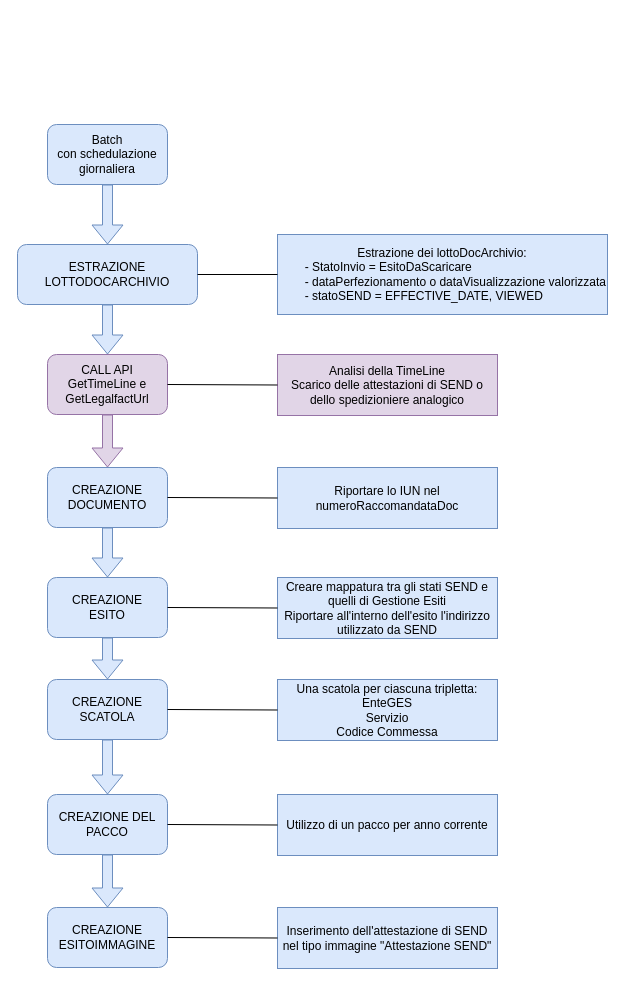
Before: page "Esiti" (4 of 5) of Easy Notification.drawio in marcogarbujoabaco/drawio, a draw.io diagram. Source tidied: cells renumbered, new cells numbered last; positions are measured from the earlier drawing's top-left corner, leaving out a move shared by most shapes. Both pictures are drawn from the tidied source at 100%, with x=0, y=0 at pixel (17, 124).
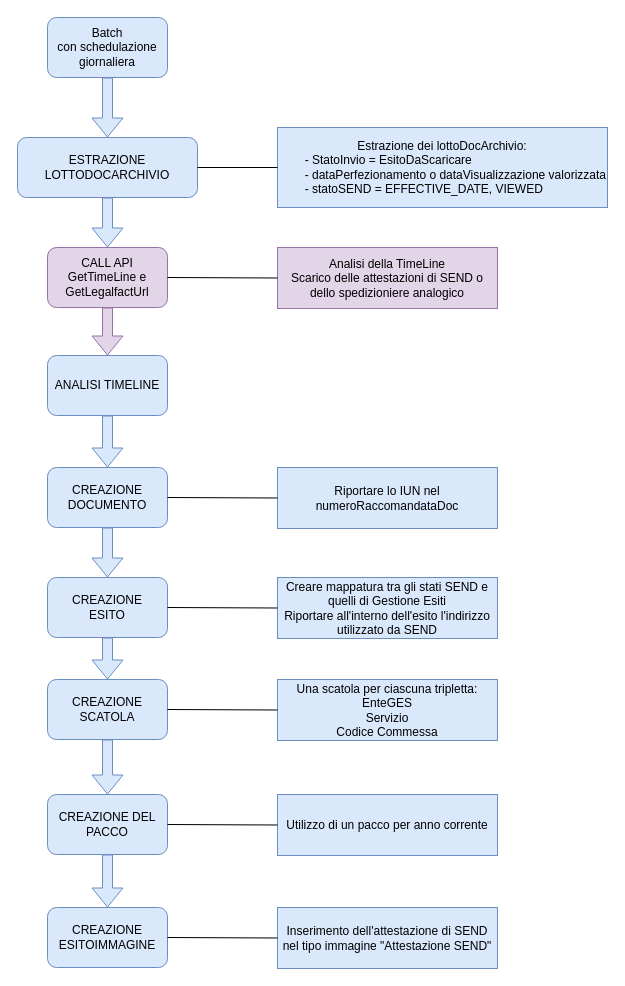
The same page after the edit.

The change refers to these unchanged cells:
```xml
<mxCell id="7" value="CREAZIONE&lt;div&gt;DOCUMENTO&lt;/div&gt;" style="rounded=1;whiteSpace=wrap;html=1;fillColor=#dae8fc;strokeColor=#6c8ebf;" parent="1" vertex="1">
  <mxGeometry x="30" y="343" width="120" height="60" as="geometry" />
</mxCell>
```

What changed in the source:
```diff
@@
     <mxCell id="2" value="Batch&lt;div&gt;con schedulazione giornaliera&lt;br&gt;&lt;/div&gt;" style="rounded=1;whiteSpace=wrap;html=1;fillColor=#dae8fc;strokeColor=#6c8ebf;" parent="1" vertex="1">
-      <mxGeometry x="30" width="120" height="60" as="geometry" />
+      <mxGeometry x="30" y="-107" width="120" height="60" as="geometry" />
     </mxCell>
     <mxCell id="3" value="ESTRAZIONE&lt;div&gt;LOTTODOCARCHIVIO&lt;/div&gt;" style="rounded=1;whiteSpace=wrap;html=1;fillColor=#dae8fc;strokeColor=#6c8ebf;" parent="1" vertex="1">
-      <mxGeometry y="120" width="180" height="60" as="geometry" />
+      <mxGeometry y="13" width="180" height="60" as="geometry" />
     </mxCell>
     <mxCell id="4" value="Estrazione dei lottoDocArchivio:&lt;div&gt;&lt;div style=&quot;text-align: left;&quot;&gt;&lt;span style=&quot;background-color: transparent; color: light-dark(rgb(0, 0, 0), rgb(255, 255, 255));&quot;&gt;&lt;span style=&quot;white-space: pre;&quot;&gt;&#9;&lt;/span&gt;- StatoInvio =&amp;nbsp;EsitoDaScaricare&lt;/span&gt;&lt;/div&gt;&lt;div style=&quot;text-align: left;&quot;&gt;&lt;span style=&quot;white-space: pre;&quot;&gt;&#9;&lt;/span&gt;-&amp;nbsp;dataPerfezionamento o&amp;nbsp;dataVisualizzazione valorizzata&lt;/div&gt;&lt;div style=&quot;text-align: left;&quot;&gt;&lt;span style=&quot;white-space: pre;&quot;&gt;&#9;&lt;/span&gt;-&amp;nbsp;statoSEND =&amp;nbsp;EFFECTIVE_DATE,&amp;nbsp;VIEWED&lt;/div&gt;&lt;/div&gt;" style="text;html=1;align=center;verticalAlign=middle;whiteSpace=wrap;rounded=0;strokeColor=#6c8ebf;fillColor=#dae8fc;" parent="1" vertex="1">
-      <mxGeometry x="260" y="110" width="330" height="80" as="geometry" />
+      <mxGeometry x="260" y="3" width="330" height="80" as="geometry" />
     </mxCell>
@@
     <mxCell id="14" value="CALL API&lt;div&gt;GetTimeLine e GetLegalfactUrl&lt;/div&gt;" style="rounded=1;whiteSpace=wrap;html=1;fillColor=#e1d5e7;strokeColor=#9673a6;" parent="1" vertex="1">
-      <mxGeometry x="30" y="230" width="120" height="60" as="geometry" />
+      <mxGeometry x="30" y="123" width="120" height="60" as="geometry" />
     </mxCell>
     <mxCell id="15" value="&lt;div&gt;Analisi della TimeLine&lt;/div&gt;&lt;div&gt;Scarico delle attestazioni di SEND o dello spedizioniere analogico&lt;/div&gt;" style="text;html=1;align=center;verticalAlign=middle;whiteSpace=wrap;rounded=0;strokeColor=#9673a6;fillColor=#e1d5e7;" parent="1" vertex="1">
-      <mxGeometry x="260" y="230" width="220" height="61" as="geometry" />
+      <mxGeometry x="260" y="123" width="220" height="61" as="geometry" />
     </mxCell>
@@
-    <mxCell id="22" style="shape=flexArrow;endArrow=classic;html=1;rounded=0;exitX=0.5;exitY=1;exitDx=0;exitDy=0;fillColor=#e1d5e7;strokeColor=#9673a6;entryX=0.5;entryY=0;entryDx=0;entryDy=0;" parent="1" edge="1" source="14" target="7">
+    <mxCell id="22" style="shape=flexArrow;endArrow=classic;html=1;rounded=0;exitX=0.5;exitY=1;exitDx=0;exitDy=0;fillColor=#e1d5e7;strokeColor=#9673a6;entryX=0.5;entryY=0;entryDx=0;entryDy=0;" parent="1" edge="1" source="14" target="31">
       <mxGeometry relative="1" as="geometry" />
     </mxCell>
@@
+    <mxCell id="31" value="ANALISI TIMELINE" style="rounded=1;whiteSpace=wrap;html=1;fillColor=#dae8fc;strokeColor=#6c8ebf;" parent="1" vertex="1">
+      <mxGeometry x="30" y="231" width="120" height="60" as="geometry" />
+    </mxCell>
+    <mxCell id="32" style="shape=flexArrow;endArrow=classic;html=1;rounded=0;entryX=0.5;entryY=0;entryDx=0;entryDy=0;exitX=0.5;exitY=1;exitDx=0;exitDy=0;fillColor=#dae8fc;strokeColor=#6c8ebf;" parent="1" edge="1" source="31" target="7">
+      <mxGeometry relative="1" as="geometry" />
+    </mxCell>
```
